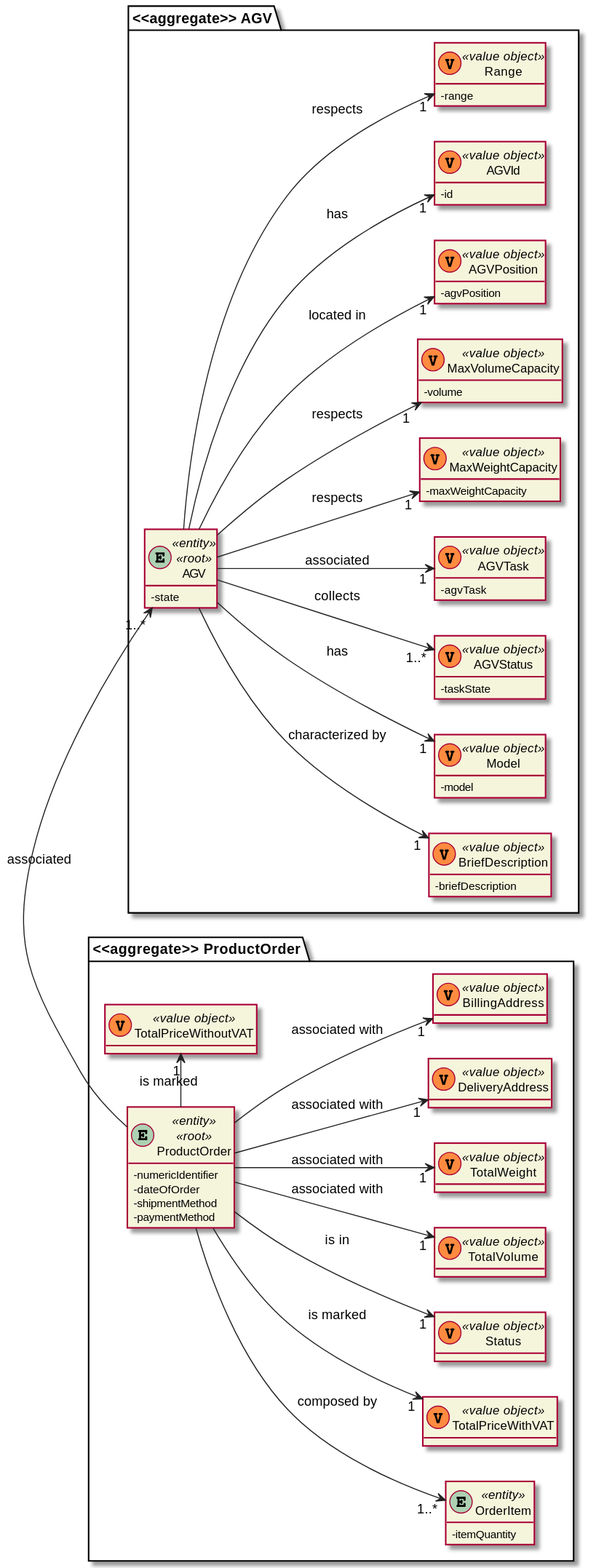
Above: docs/1200720/US2004/US2004_DM.svg in 0franciscor/lei21_22_s4_2de_01 (PlantUML), before the change. Source of this version:
```plantuml
@startuml

hide methods
left to right direction
skinparam classAttributeIconSize 0
skinparam classBackgroundColor beige
skinparam ArrowColor #222222


package "<<aggregate>> AGV" {
    entity AGV
    class BriefDescription
    class Model
    class AGVStatus
    class AGVTask
    class MaxWeightCapacity
    class MaxVolumeCapacity
    class AGVPosition
    class AGVId
    class Range
}


entity AGV <<entity>> <<root>> {
    -state
}


entity AGV <<entity>> <<root>> {}

class BriefDescription <<(V,#FF8B40) value object>> {
-briefDescription
}

class Model <<(V,#FF8B40) value object>> {
-model
}

class AGVPosition <<(V,#FF8B40) value object>> {
-agvPosition
}

class AGVStatus<<(V,#FF8B40) value object>> {
    -taskState
}

class AGVTask<<(V,#FF8B40) value object>> {
    -agvTask
}

class AGVId <<(V,#FF8B40) value object>> {
-id
}

class Range <<(V,#FF8B40) value object>> {
-range
}

class MaxWeightCapacity <<(V,#FF8B40) value object>> {
-maxWeightCapacity
}

class MaxVolumeCapacity <<(V,#FF8B40) value object>> {
-volume
}

package "<<aggregate>> ProductOrder"{
    entity ProductOrder
    entity OrderItem
    class TotalPriceWithoutVAT
    class TotalPriceWithVAT
    class Status
    class TotalVolume
    class TotalWeight
    class DeliveryAddress
    class BillingAddress
}


entity ProductOrder <<entity>> <<root>> {
- numericIdentifier
- dateOfOrder
- shipmentMethod
- paymentMethod

}

entity OrderItem <<entity>> {
    -itemQuantity
}

class TotalPriceWithoutVAT <<(V,#FF8B40) value object>> {}
class TotalPriceWithVAT <<(V,#FF8B40) value object>> {}
class DeliveryAddress <<(V,#FF8B40) value object>> {}
class BillingAddress <<(V,#FF8B40) value object>> {}
class Status <<(V,#FF8B40) value object>> {}
class TotalVolume <<(V,#FF8B40) value object>> {}
class TotalWeight <<(V,#FF8B40) value object>> {}


AGV --> "1" AGVId : has
AGV --> "1" Range : respects
AGV --> "1" AGVTask : associated
AGV --> "1..*" AGVStatus : collects
AGV --> "1" Model : has
AGV --> "1" BriefDescription : characterized by
AGV --> "1" MaxWeightCapacity : respects
AGV --> "1" MaxVolumeCapacity : respects
AGV --> "1" AGVPosition : located in

ProductOrder -> "1" TotalPriceWithoutVAT : is marked
ProductOrder --> "1" TotalPriceWithVAT : is marked
ProductOrder --> "1" Status : is in
ProductOrder --> "1" TotalVolume : associated with
ProductOrder --> "1" TotalWeight : associated with
ProductOrder --> "1" DeliveryAddress : associated with
ProductOrder --> "1" BillingAddress : associated with
ProductOrder --> "1..*" OrderItem : composed by

ProductOrder -> "1..*" AGV : associated

@enduml
```
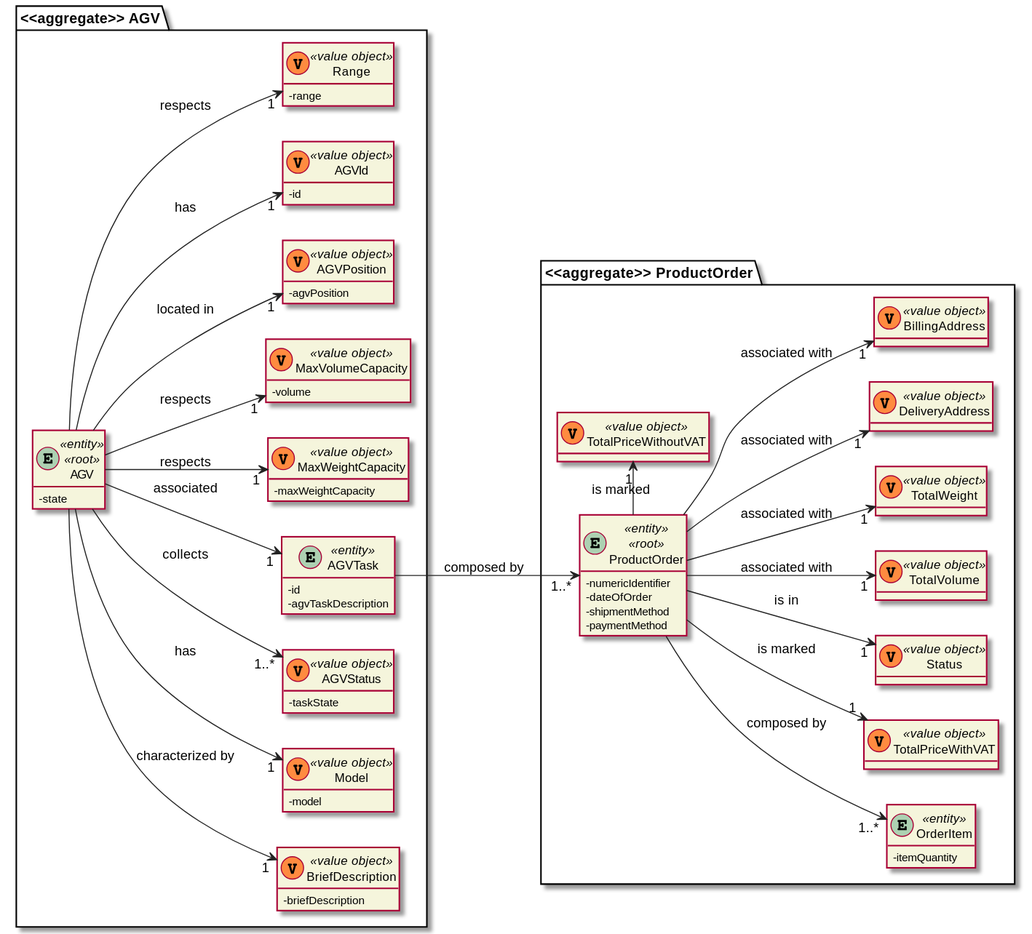
The same file after the commit.

Commit message:
#20 - Additional changes to the domain model relating to an order so that the 2004 use case can be performed correctly.

The edit, as a diff of the source:
```diff
@@ -12,7 +12,7 @@
     class BriefDescription
     class Model
     class AGVStatus
-    class AGVTask
+    entity AGVTask
     class MaxWeightCapacity
     class MaxVolumeCapacity
     class AGVPosition
@@ -44,8 +44,9 @@
     -taskState
 }
 
-class AGVTask<<(V,#FF8B40) value object>> {
-    -agvTask
+entity AGVTask <<entity>> {
+    -id
+    -agvTaskDescription
 }
 
 class AGVId <<(V,#FF8B40) value object>> {
@@ -117,6 +118,6 @@
 ProductOrder --> "1" BillingAddress : associated with
 ProductOrder --> "1..*" OrderItem : composed by
 
-ProductOrder -> "1..*" AGV : associated
+AGVTask --> "1..*" ProductOrder : composed by
 
 @enduml
```
